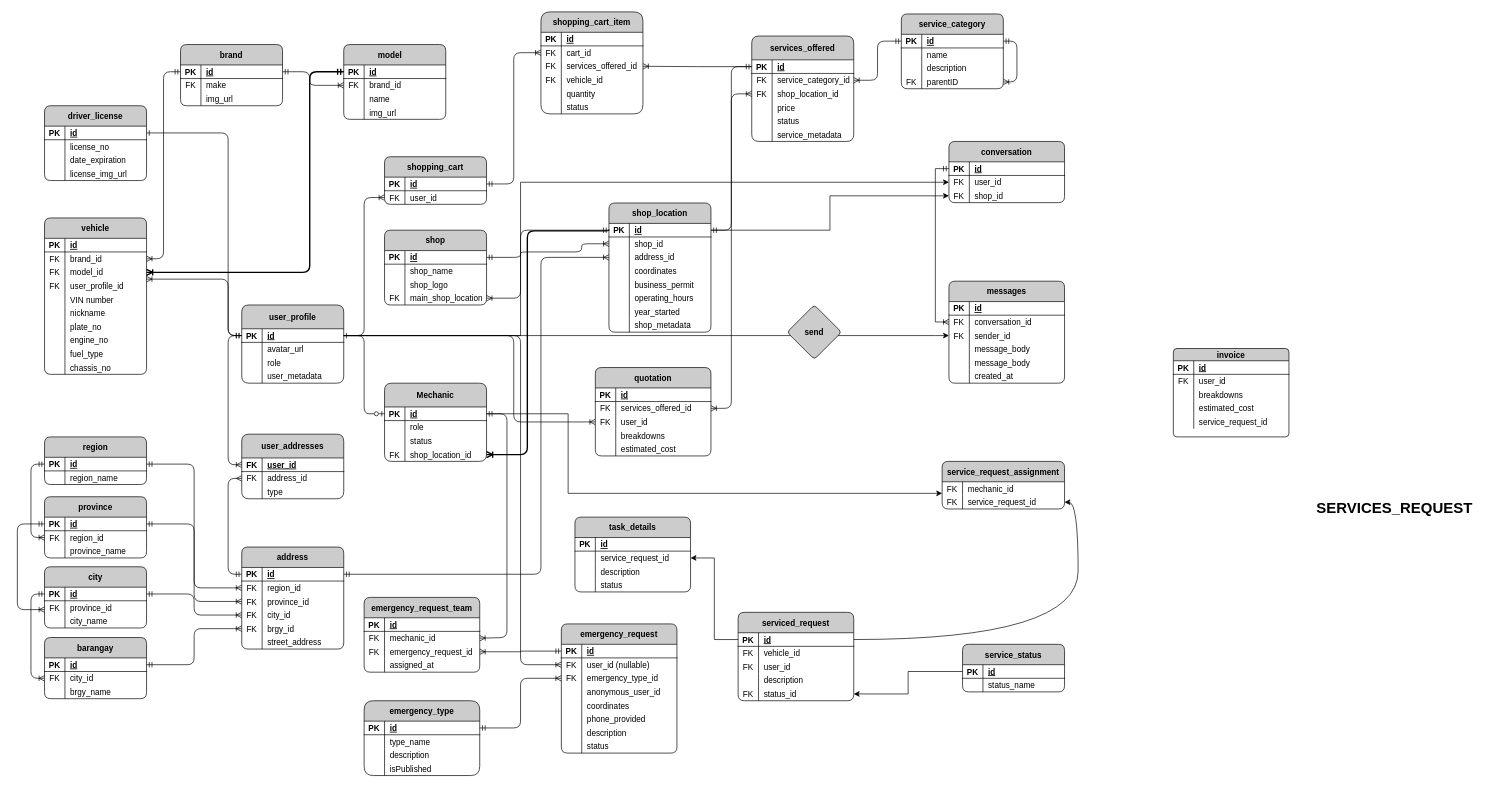
This is Automate ERD.drawio from PitZza04/drawIO, a draw.io file, before an edit. Source tidied: cells renumbered, new cells numbered last; positions are measured from the earlier drawing's top-left corner, leaving out a move shared by most shapes. Both pictures are drawn from the tidied source at 68%, with x=0, y=0 at pixel (17, 12).
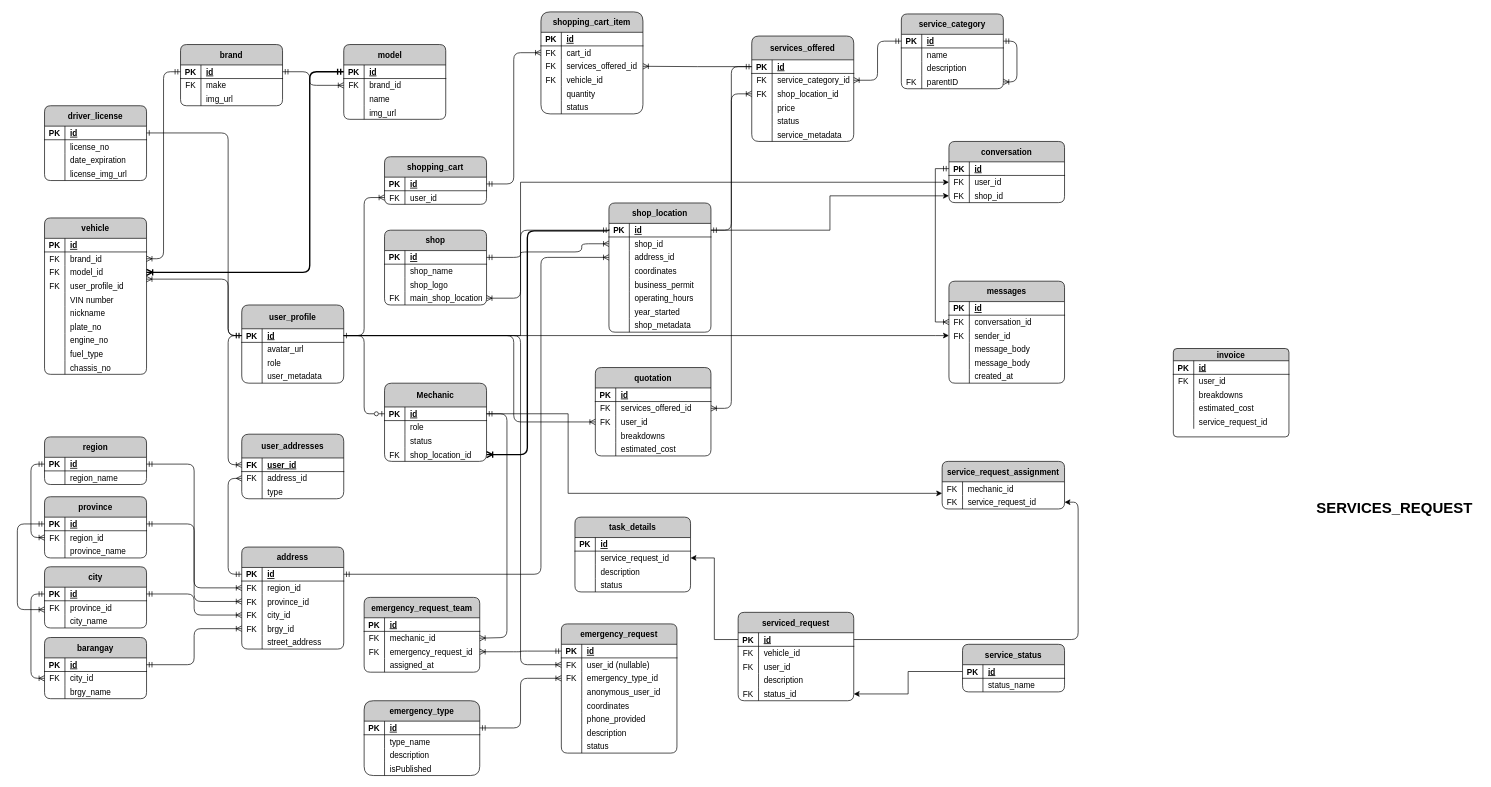
Above is the later version.

The change refers to these unchanged cells:
```xml
<mxCell id="324" style="shape=partialRectangle;fillColor=none;top=0;left=0;bottom=1;right=0;points=[[0,0.5],[1,0.5]];portConstraint=eastwest;shadow=0;" parent="323" vertex="1">
  <mxGeometry y="30" width="170" height="20" as="geometry" />
</mxCell>
<mxCell id="398" style="shape=partialRectangle;fillColor=none;top=0;left=0;bottom=0;right=0;points=[[0,0.5],[1,0.5]];portConstraint=eastwest;shadow=0;" parent="394" vertex="1">
  <mxGeometry y="50" width="180" height="20" as="geometry" />
</mxCell>
```

Change to the diagram source:
```diff
@@
-    <mxCell id="415" style="edgeStyle=orthogonalEdgeStyle;rounded=0;jettySize=auto;html=1;exitX=1;exitY=0.5;exitDx=0;exitDy=0;entryX=1;entryY=0.5;entryDx=0;entryDy=0;curved=1;" parent="1" edge="1" source="324" target="398">
+    <mxCell id="415" style="edgeStyle=orthogonalEdgeStyle;rounded=1;jettySize=auto;html=1;exitX=1;exitY=0.5;exitDx=0;exitDy=0;entryX=1;entryY=0.5;entryDx=0;entryDy=0;" parent="1" edge="1" source="324" target="398">
       <mxGeometry relative="1" as="geometry" />
     </mxCell>
@@
-    <mxCell id="452" value="send" style="rhombus;whiteSpace=wrap;html=1;fillColor=#CCCCCC;strokeColor=#000000;startSize=30;fontStyle=1;rounded=1;arcSize=10;shadow=0;" parent="1" vertex="1">
-      <mxGeometry x="1132" y="431" width="80" height="80" as="geometry" />
-    </mxCell>
```
